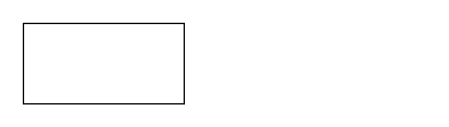
This is 沟通.drawio from nsux/-, a draw.io file, before an edit. Source tidied: cells renumbered, new cells numbered last; positions are measured from the earlier drawing's top-left corner, leaving out a move shared by most shapes. Both pictures are drawn from the tidied source at 134%, with x=0, y=0 at pixel (23, 23).
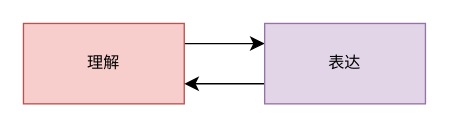
The same diagram, later.

The edit, as a diff of the source:
```diff
@@
 <mxGraphModel>
   <root>
     <mxCell id="0" />
     <mxCell id="1" parent="0" />
+    <mxCell id="3" style="edgeStyle=none;curved=1;rounded=0;jettySize=auto;html=1;fontSize=12;startSize=8;endSize=8;entryX=0;entryY=0.25;entryDx=0;entryDy=0;exitX=1;exitY=0.25;exitDx=0;exitDy=0;" parent="1" edge="1" source="2" target="5">
+      <mxGeometry relative="1" as="geometry" />
+    </mxCell>
-    <mxCell id="2" style="whiteSpace=wrap;html=1;" parent="1" vertex="1">
+    <mxCell id="2" value="理解" style="whiteSpace=wrap;html=1;fillColor=#f8cecc;strokeColor=#b85450;" parent="1" vertex="1">
       <mxGeometry width="120" height="60" as="geometry" />
     </mxCell>
+    <mxCell id="4" style="edgeStyle=none;curved=1;rounded=0;jettySize=auto;html=1;fontSize=12;startSize=8;endSize=8;exitX=0;exitY=0.75;exitDx=0;exitDy=0;entryX=1;entryY=0.75;entryDx=0;entryDy=0;" parent="1" edge="1" source="5" target="2">
+      <mxGeometry relative="1" as="geometry" />
+    </mxCell>
+    <mxCell id="5" value="表达" style="whiteSpace=wrap;html=1;fillColor=#e1d5e7;strokeColor=#9673a6;" parent="1" vertex="1">
+      <mxGeometry x="180" width="120" height="60" as="geometry" />
+    </mxCell>
   </root>
 </mxGraphModel>
```
